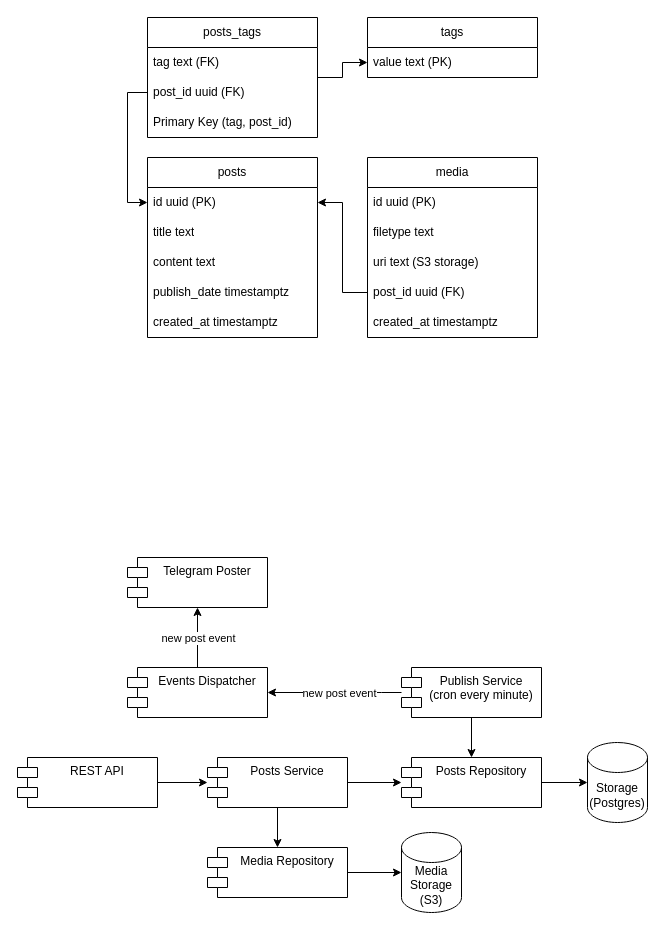
The draw.io diagram poster.drawio in kostromin59/poster, before the edit. Source tidied: cells renumbered, new cells numbered last; positions are measured from the earlier drawing's top-left corner, leaving out a move shared by most shapes. Both pictures are drawn from the tidied source at 100%, with x=0, y=0 at pixel (17, 17).
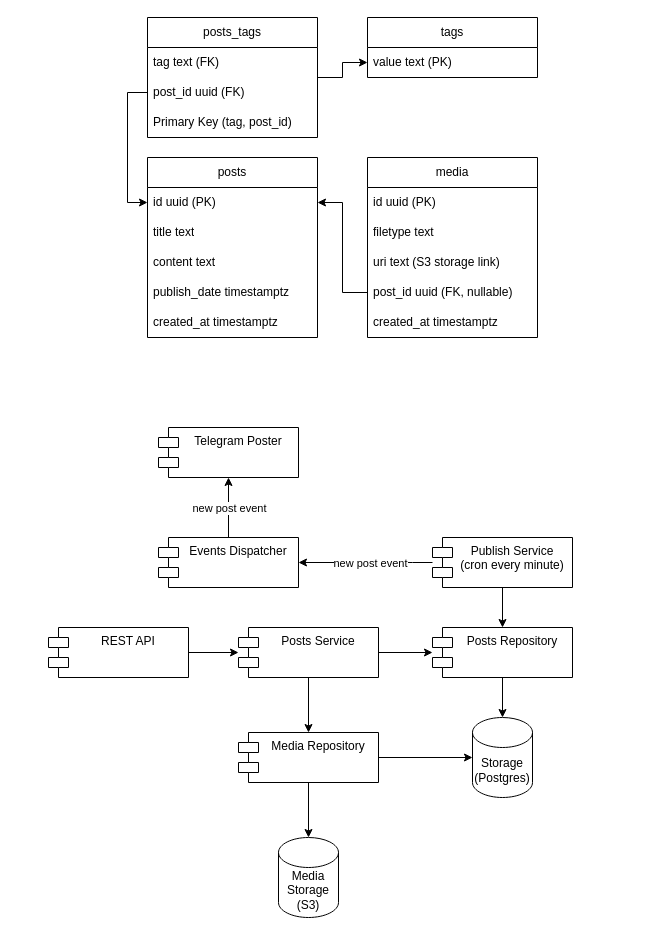
Above is the later version.

Unchanged cells that the change refers to:
```xml
<mxCell id="8" value="media" style="swimlane;fontStyle=0;horizontal=1;startSize=30;whiteSpace=wrap;html=1;" parent="1" vertex="1">
  <mxGeometry x="350" y="140" width="170" height="180" as="geometry" />
</mxCell>
```

Diff of the diagram source:
```diff
@@
-    <mxCell id="11" value="uri text (S3 storage)" style="text;strokeColor=none;fillColor=none;align=left;verticalAlign=middle;spacingLeft=4;spacingRight=4;overflow=hidden;whiteSpace=wrap;html=1;" parent="8" vertex="1">
+    <mxCell id="11" value="uri text (S3 storage link)" style="text;strokeColor=none;fillColor=none;align=left;verticalAlign=middle;spacingLeft=4;spacingRight=4;overflow=hidden;whiteSpace=wrap;html=1;" parent="8" vertex="1">
       <mxGeometry y="90" width="170" height="30" as="geometry" />
     </mxCell>
-    <mxCell id="12" value="post_id uuid (FK)" style="text;strokeColor=none;fillColor=none;align=left;verticalAlign=middle;spacingLeft=4;spacingRight=4;overflow=hidden;points=[[0,0.5],[1,0.5]];portConstraint=eastwest;whiteSpace=wrap;html=1;" parent="8" vertex="1">
+    <mxCell id="12" value="post_id uuid (FK, nullable)" style="text;strokeColor=none;fillColor=none;align=left;verticalAlign=middle;spacingLeft=4;spacingRight=4;overflow=hidden;points=[[0,0.5],[1,0.5]];portConstraint=eastwest;whiteSpace=wrap;html=1;" parent="8" vertex="1">
       <mxGeometry y="120" width="170" height="30" as="geometry" />
     </mxCell>
@@
     <mxCell id="23" value="Posts Repository" style="shape=module;align=left;spacingLeft=20;align=center;verticalAlign=top;whiteSpace=wrap;html=1;" parent="1" vertex="1">
-      <mxGeometry x="384" y="740" width="140" height="50" as="geometry" />
+      <mxGeometry x="415" y="610" width="140" height="50" as="geometry" />
     </mxCell>
-    <mxCell id="24" style="edgeStyle=orthogonalEdgeStyle;rounded=0;jettySize=auto;html=1;entryX=0;entryY=0.5;entryDx=0;entryDy=0;entryPerimeter=0;" parent="1" edge="1" source="23" target="28">
-      <mxGeometry relative="1" as="geometry" />
-    </mxCell>
-    <mxCell id="25" style="edgeStyle=orthogonalEdgeStyle;rounded=0;jettySize=auto;html=1;entryX=0;entryY=0.5;entryDx=0;entryDy=0;entryPerimeter=0;exitX=1;exitY=0.5;exitDx=0;exitDy=0;" parent="1" edge="1" source="41" target="27">
-      <mxGeometry relative="1" as="geometry" />
-    </mxCell>
     <mxCell id="26" value="Telegram Poster" style="shape=module;align=left;spacingLeft=20;align=center;verticalAlign=top;whiteSpace=wrap;html=1;" parent="1" vertex="1">
-      <mxGeometry x="110" y="540" width="140" height="50" as="geometry" />
+      <mxGeometry x="141" y="410" width="140" height="50" as="geometry" />
     </mxCell>
     <mxCell id="27" value="Media&lt;br&gt;Storage (S3)" style="shape=cylinder3;whiteSpace=wrap;html=1;boundedLbl=1;backgroundOutline=1;size=15;" parent="1" vertex="1">
-      <mxGeometry x="384" y="815" width="60" height="80" as="geometry" />
+      <mxGeometry x="261" y="820" width="60" height="80" as="geometry" />
     </mxCell>
     <mxCell id="28" value="Storage&lt;br&gt;(Postgres)" style="shape=cylinder3;whiteSpace=wrap;html=1;boundedLbl=1;backgroundOutline=1;size=15;" parent="1" vertex="1">
-      <mxGeometry x="570" y="725" width="60" height="80" as="geometry" />
+      <mxGeometry x="455" y="700" width="60" height="80" as="geometry" />
     </mxCell>
@@
     <mxCell id="30" value="REST API" style="shape=module;align=left;spacingLeft=20;align=center;verticalAlign=top;whiteSpace=wrap;html=1;" parent="1" vertex="1">
-      <mxGeometry y="740" width="140" height="50" as="geometry" />
+      <mxGeometry x="31" y="610" width="140" height="50" as="geometry" />
     </mxCell>
@@
     <mxCell id="32" style="edgeStyle=orthogonalEdgeStyle;rounded=0;jettySize=auto;html=1;" parent="1" edge="1" source="34" target="37">
       <mxGeometry relative="1" as="geometry">
         <Array as="points">
-          <mxPoint x="364" y="675" />
-          <mxPoint x="364" y="675" />
+          <mxPoint x="395" y="545" />
+          <mxPoint x="395" y="545" />
         </Array>
       </mxGeometry>
     </mxCell>
@@
     <mxCell id="34" value="Publish Service&lt;br&gt;(cron every minute)" style="shape=module;align=left;spacingLeft=20;align=center;verticalAlign=top;whiteSpace=wrap;html=1;" parent="1" vertex="1">
-      <mxGeometry x="384" y="650" width="140" height="50" as="geometry" />
+      <mxGeometry x="415" y="520" width="140" height="50" as="geometry" />
     </mxCell>
@@
     <mxCell id="37" value="Events Dispatcher" style="shape=module;align=left;spacingLeft=20;align=center;verticalAlign=top;whiteSpace=wrap;html=1;" parent="1" vertex="1">
-      <mxGeometry x="110" y="650" width="140" height="50" as="geometry" />
+      <mxGeometry x="141" y="520" width="140" height="50" as="geometry" />
     </mxCell>
@@
     <mxCell id="40" value="Posts Service" style="shape=module;align=left;spacingLeft=20;align=center;verticalAlign=top;whiteSpace=wrap;html=1;" parent="1" vertex="1">
-      <mxGeometry x="190" y="740" width="140" height="50" as="geometry" />
+      <mxGeometry x="221" y="610" width="140" height="50" as="geometry" />
     </mxCell>
+    <mxCell id="25" style="edgeStyle=orthogonalEdgeStyle;rounded=0;jettySize=auto;html=1;" parent="1" edge="1" source="41" target="27">
+      <mxGeometry relative="1" as="geometry" />
+    </mxCell>
     <mxCell id="41" value="Media Repository" style="shape=module;align=left;spacingLeft=20;align=center;verticalAlign=top;whiteSpace=wrap;html=1;" parent="1" vertex="1">
-      <mxGeometry x="190" y="830" width="140" height="50" as="geometry" />
+      <mxGeometry x="221" y="715" width="140" height="50" as="geometry" />
     </mxCell>
+    <mxCell id="24" style="edgeStyle=orthogonalEdgeStyle;rounded=0;jettySize=auto;html=1;entryX=0.5;entryY=0;entryDx=0;entryDy=0;entryPerimeter=0;" parent="1" edge="1" source="23" target="28">
+      <mxGeometry relative="1" as="geometry" />
+    </mxCell>
+    <mxCell id="42" style="edgeStyle=orthogonalEdgeStyle;rounded=0;jettySize=auto;html=1;entryX=0;entryY=0.5;entryDx=0;entryDy=0;entryPerimeter=0;" parent="1" edge="1" source="41" target="28">
+      <mxGeometry relative="1" as="geometry" />
+    </mxCell>
```
